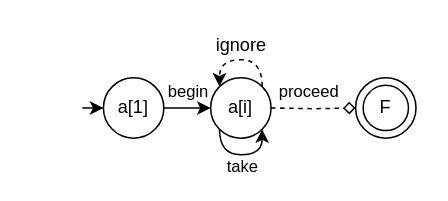
Earlier version of the draw.io diagram page "interval event" (4 of 6) of whyIntervalEvent.drawio (LiLiJacky/graphData). Source tidied: cells renumbered, new cells numbered last; positions are measured from the earlier drawing's top-left corner, leaving out a move shared by most shapes. Both pictures are drawn from the tidied source at 151%, with x=0, y=0 at pixel (82, 26).
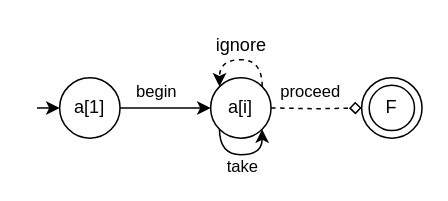
The same page after the edit.

The change refers to these unchanged cells:
```xml
<mxCell id="6" value="a[i]" style="ellipse;whiteSpace=wrap;html=1;" parent="1" vertex="1">
  <mxGeometry x="85" y="34" width="40" height="40" as="geometry" />
</mxCell>
```

Change to the diagram source:
```diff
@@
-    <mxCell id="2" style="edgeStyle=orthogonalEdgeStyle;rounded=0;jettySize=auto;html=1;entryX=0;entryY=0.5;entryDx=0;entryDy=0;" parent="1" edge="1" target="3">
-      <mxGeometry relative="1" as="geometry">
-        <mxPoint y="54" as="sourcePoint" />
-      </mxGeometry>
-    </mxCell>
     <mxCell id="3" value="a[1]" style="ellipse;whiteSpace=wrap;html=1;" parent="1" vertex="1">
-      <mxGeometry x="14" y="34" width="40" height="40" as="geometry" />
+      <mxGeometry x="-15" y="34" width="40" height="40" as="geometry" />
     </mxCell>
-    <mxCell id="4" style="edgeStyle=orthogonalEdgeStyle;rounded=0;jettySize=auto;html=1;entryX=0;entryY=0.5;entryDx=0;entryDy=0;" parent="1" edge="1" target="6">
-      <mxGeometry relative="1" as="geometry">
-        <mxPoint x="54" y="54" as="sourcePoint" />
-      </mxGeometry>
+    <mxCell id="4" style="edgeStyle=orthogonalEdgeStyle;rounded=0;jettySize=auto;html=1;entryX=0;entryY=0.5;entryDx=0;entryDy=0;exitX=1;exitY=0.5;exitDx=0;exitDy=0;" parent="1" edge="1" source="3" target="6">
+      <mxGeometry relative="1" as="geometry" />
     </mxCell>
@@
     <mxCell id="9" style="ellipse;whiteSpace=wrap;html=1;" parent="1" vertex="1">
-      <mxGeometry x="181" y="34" width="40" height="40" as="geometry" />
+      <mxGeometry x="185" y="34" width="40" height="40" as="geometry" />
     </mxCell>
     <mxCell id="10" value="F" style="ellipse;whiteSpace=wrap;html=1;" parent="1" vertex="1">
-      <mxGeometry x="186" y="39" width="30" height="30" as="geometry" />
+      <mxGeometry x="190" y="39" width="30" height="30" as="geometry" />
     </mxCell>
@@
+    <mxCell id="15" style="edgeStyle=orthogonalEdgeStyle;rounded=0;orthogonalLoop=1;jettySize=auto;html=1;entryX=0;entryY=0.5;entryDx=0;entryDy=0;" parent="1" edge="1">
+      <mxGeometry relative="1" as="geometry">
+        <mxPoint x="-30" y="54" as="sourcePoint" />
+        <mxPoint x="-15" y="53.8" as="targetPoint" />
+      </mxGeometry>
+    </mxCell>
```
